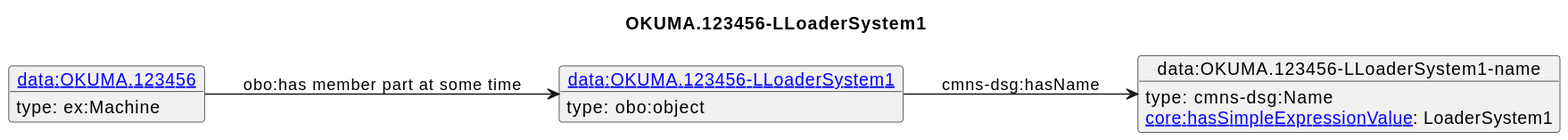
Before: diagrams/OKUMA.123456-LLoaderSystem1.svg, a diagram exported from PlantUML (iofoundry/example-syseng-mtconnect).
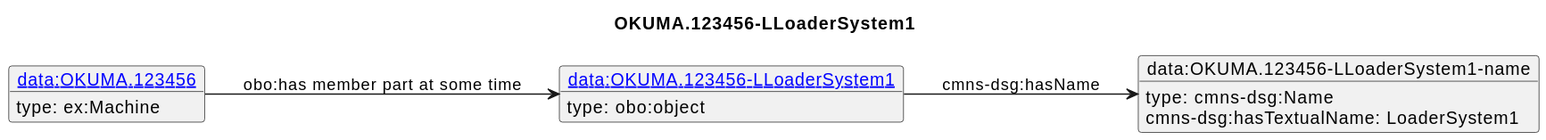
Above is the later version.

The edit, as a diff of the source:
```diff
@@ -12,6 +12,6 @@
  type: ex:Machine
 }
 o1 --> o2 : cmns-dsg:hasName
-o2 : [[https://spec.industrialontologies.org/ontology/core/Core/hasSimpleExpressionValue core:hasSimpleExpressionValue]]: LoaderSystem1
+o2 : cmns-dsg:hasTextualName: LoaderSystem1
 o3 --> o1 : obo:has member part at some time
 @enduml
```
